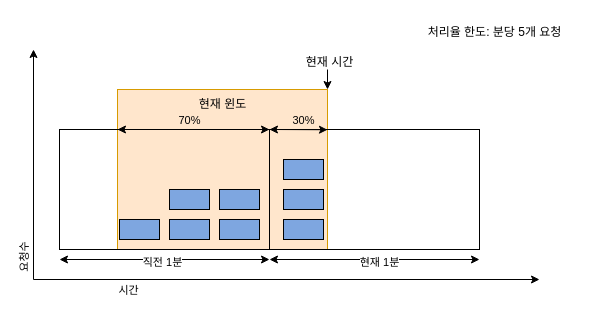
Above: 이동윈도카운터.drawio in aquaheyday/Drawio (draw.io), before the change. Source tidied: cells renumbered, new cells numbered last; positions are measured from the earlier drawing's top-left corner, leaving out a move shared by most shapes. Both pictures are drawn from the tidied source at 100%, with x=0, y=0 at pixel (33, 17).
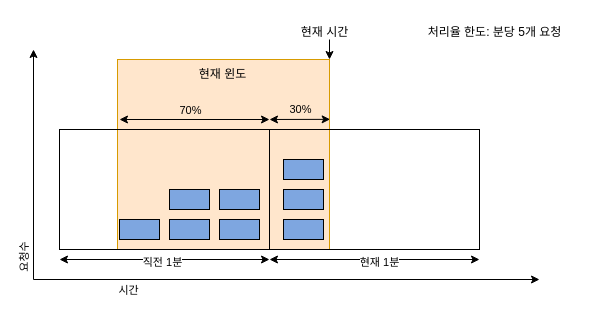
After the change.

Commit message (it also covers changes not shown here):
이동윈도카운터.drawio 업데이트

Unchanged cells that the change refers to:
```xml
<mxCell id="3" style="rounded=0;whiteSpace=wrap;html=1;fillColor=none;" parent="1" vertex="1">
  <mxGeometry x="236" y="112" width="210" height="120" as="geometry" />
</mxCell>
<mxCell id="4" style="rounded=0;whiteSpace=wrap;html=1;fillColor=none;" parent="1" vertex="1">
  <mxGeometry x="26" y="112" width="210" height="120" as="geometry" />
</mxCell>
```

The edit, as a diff of the source:
```diff
@@
     <mxCell id="2" style="rounded=0;whiteSpace=wrap;html=1;fillColor=#ffe6cc;strokeColor=#d79b00;" parent="1" vertex="1">
-      <mxGeometry x="84" y="72" width="210" height="160" as="geometry" />
+      <mxGeometry x="84" y="42" width="212" height="190" as="geometry" />
     </mxCell>
@@
     <mxCell id="20" value="현재 윈도" style="text;html=1;align=center;verticalAlign=middle;strokeColor=none;fillColor=none;" parent="1" vertex="1">
-      <mxGeometry x="154" y="72" width="70" height="30" as="geometry" />
+      <mxGeometry x="154" y="42" width="70" height="30" as="geometry" />
     </mxCell>
-    <mxCell id="21" style="endArrow=classic;html=1;rounded=0;entryX=1;entryY=0;entryDx=0;entryDy=0;" parent="1" edge="1" target="2">
+    <mxCell id="21" style="endArrow=classic;html=1;rounded=0;" parent="1" edge="1">
       <mxGeometry relative="1" as="geometry">
-        <mxPoint x="294" y="52" as="sourcePoint" />
+        <mxPoint x="296" y="22" as="sourcePoint" />
+        <mxPoint x="296" y="42" as="targetPoint" />
       </mxGeometry>
     </mxCell>
     <mxCell id="22" value="현재 시간" style="text;html=1;align=center;verticalAlign=middle;strokeColor=none;fillColor=none;" parent="1" vertex="1">
-      <mxGeometry x="261" y="30" width="70" height="30" as="geometry" />
+      <mxGeometry x="256" width="70" height="30" as="geometry" />
     </mxCell>
-    <mxCell id="23" style="endArrow=classic;startArrow=classic;html=1;rounded=0;exitX=0;exitY=0.25;exitDx=0;exitDy=0;entryX=1;entryY=0;entryDx=0;entryDy=0;" parent="1" edge="1" source="2" target="4">
-      <mxGeometry relative="1" as="geometry" />
+    <mxCell id="23" style="endArrow=classic;startArrow=classic;html=1;rounded=0;" parent="1" edge="1">
+      <mxGeometry relative="1" as="geometry">
+        <mxPoint x="86" y="102" as="sourcePoint" />
+        <mxPoint x="236" y="102" as="targetPoint" />
+      </mxGeometry>
     </mxCell>
@@
-    <mxCell id="25" style="endArrow=classic;startArrow=classic;html=1;rounded=0;exitX=0;exitY=0;exitDx=0;exitDy=0;entryX=0.276;entryY=0.002;entryDx=0;entryDy=0;entryPerimeter=0;elbow=vertical;" parent="1" edge="1" source="3" target="3">
-      <mxGeometry relative="1" as="geometry" />
+    <mxCell id="25" style="endArrow=classic;startArrow=classic;html=1;rounded=0;exitX=0;exitY=0;exitDx=0;exitDy=0;entryX=1.003;entryY=0.315;entryDx=0;entryDy=0;entryPerimeter=0;elbow=vertical;" parent="1" edge="1" target="2">
+      <mxGeometry relative="1" as="geometry">
+        <mxPoint x="236" y="102" as="sourcePoint" />
+      </mxGeometry>
     </mxCell>
     <mxCell id="26" value="30%" style="edgeLabel;html=1;align=center;verticalAlign=middle;labelBackgroundColor=none;" parent="25" vertex="1">
       <mxGeometry x="0.16" relative="1" as="geometry">
-        <mxPoint y="-10" as="offset" />
+        <mxPoint x="-4" y="-10" as="offset" />
       </mxGeometry>
     </mxCell>
```
